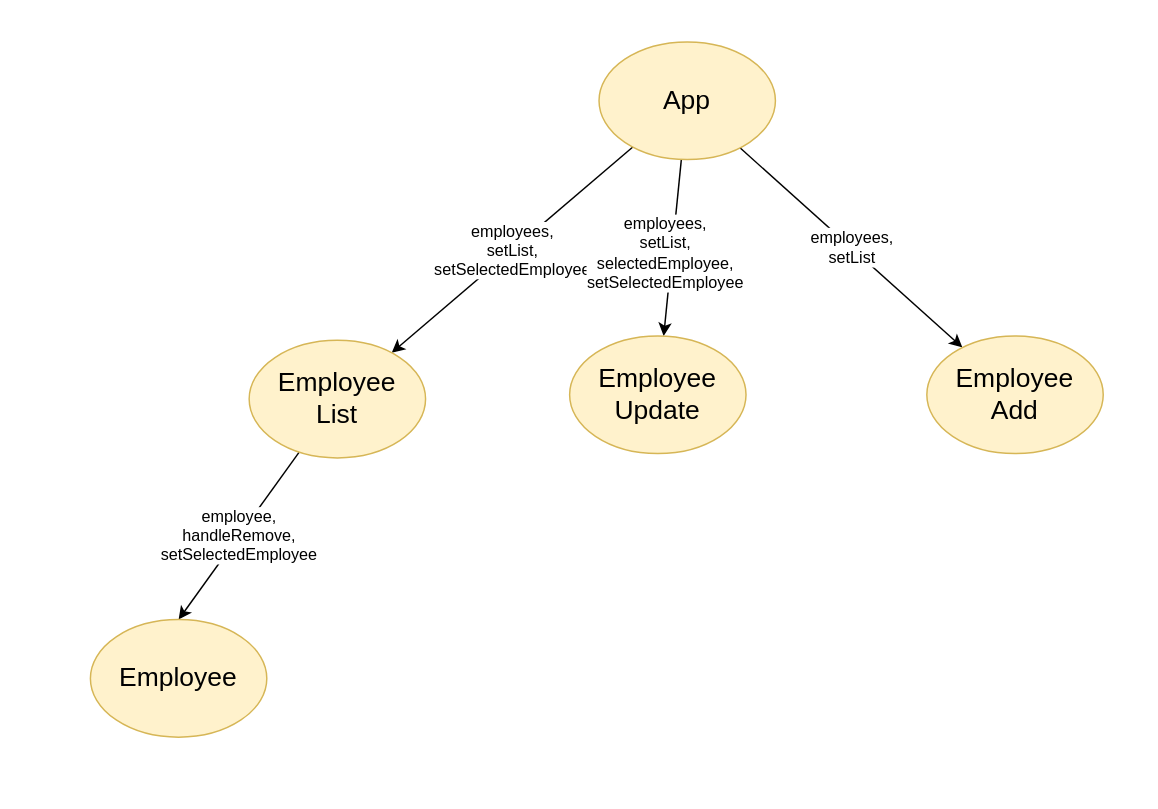
The draw.io diagram page "AppGraph" (2 of 3) of Drawing.drawio in zcomert/java-mysql-react-full-stack-employee-spa, before the edit. Source tidied: cells renumbered, new cells numbered last; positions are measured from the earlier drawing's top-left corner, leaving out a move shared by most shapes. Both pictures are drawn from the tidied source at 147%, with x=0, y=0 at pixel (90, 41).
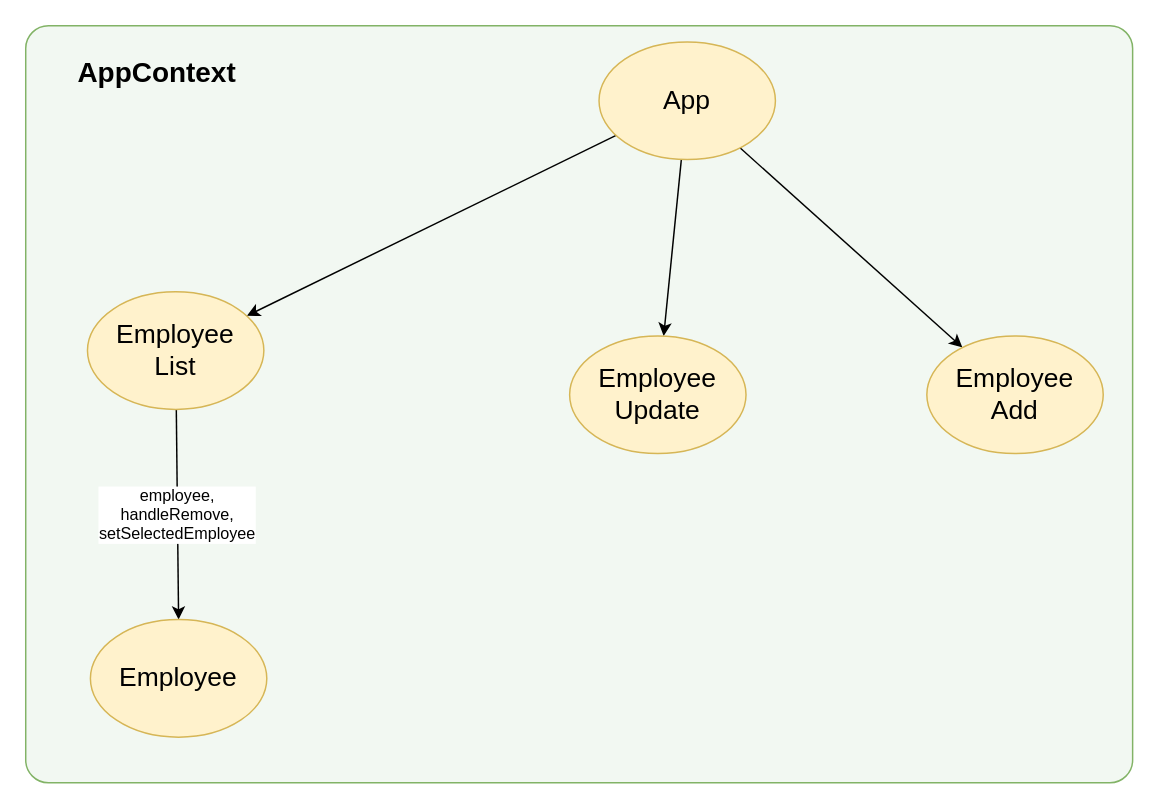
After the change.

Diff of the diagram source:
```diff
@@
 <mxGraphModel>
   <root>
     <mxCell id="0" />
     <mxCell id="1" parent="0" />
+    <mxCell id="11" style="rounded=1;whiteSpace=wrap;html=1;align=left;arcSize=3;fillColor=#d5e8d4;strokeColor=#82b366;fillOpacity=30;" parent="1" vertex="1">
+      <mxGeometry x="-44" y="-11" width="753" height="515" as="geometry" />
+    </mxCell>
-    <mxCell id="2" value="employees, &lt;br style=&quot;font-size: 11px;&quot;&gt;setList,&lt;br style=&quot;font-size: 11px;&quot;&gt;&lt;span style=&quot;font-size: 11px;&quot;&gt;setSelectedEmployee&lt;/span&gt;" style="rounded=0;jettySize=auto;html=1;fontSize=11;" parent="1" edge="1" source="5" target="7">
+    <mxCell id="2" style="rounded=0;jettySize=auto;html=1;fontSize=11;" parent="1" edge="1" source="5" target="7">
       <mxGeometry relative="1" as="geometry" />
     </mxCell>
-    <mxCell id="3" value="employees,&lt;br style=&quot;font-size: 11px;&quot;&gt;setList" style="edgeStyle=none;rounded=0;jettySize=auto;html=1;strokeWidth=1;fontSize=11;" parent="1" edge="1" source="5" target="9">
+    <mxCell id="3" style="edgeStyle=none;rounded=0;jettySize=auto;html=1;strokeWidth=1;fontSize=11;" parent="1" edge="1" source="5" target="9">
       <mxGeometry relative="1" as="geometry" />
     </mxCell>
-    <mxCell id="4" value="employees, &lt;br style=&quot;font-size: 11px;&quot;&gt;setList, &lt;br style=&quot;font-size: 11px;&quot;&gt;selectedEmployee,&lt;br style=&quot;font-size: 11px;&quot;&gt;setSelectedEmployee" style="edgeStyle=none;rounded=0;jettySize=auto;html=1;strokeWidth=1;fontSize=11;" parent="1" edge="1" source="5" target="10">
+    <mxCell id="4" style="edgeStyle=none;rounded=0;jettySize=auto;html=1;strokeWidth=1;fontSize=11;" parent="1" edge="1" source="5" target="10">
       <mxGeometry x="0.07" y="-5" relative="1" as="geometry" />
     </mxCell>
     <mxCell id="5" value="App" style="ellipse;whiteSpace=wrap;html=1;fontSize=18;fillColor=#fff2cc;strokeColor=#d6b656;" parent="1" vertex="1">
       <mxGeometry x="346" width="120" height="80" as="geometry" />
     </mxCell>
     <mxCell id="6" value="employee, &lt;br style=&quot;font-size: 11px;&quot;&gt;handleRemove,&lt;br style=&quot;font-size: 11px;&quot;&gt;&lt;span style=&quot;font-size: 11px;&quot;&gt;setSelectedEmployee&lt;/span&gt;" style="edgeStyle=none;rounded=0;jettySize=auto;html=1;entryX=0.5;entryY=0;entryDx=0;entryDy=0;fontSize=11;" parent="1" edge="1" source="7" target="8">
       <mxGeometry relative="1" as="geometry" />
     </mxCell>
     <mxCell id="7" value="Employee&lt;br&gt;List" style="ellipse;whiteSpace=wrap;html=1;fontSize=18;fillColor=#fff2cc;strokeColor=#d6b656;" parent="1" vertex="1">
-      <mxGeometry x="108" y="203" width="120" height="80" as="geometry" />
+      <mxGeometry x="-2" y="170" width="120" height="80" as="geometry" />
     </mxCell>
     <mxCell id="8" value="Employee" style="ellipse;whiteSpace=wrap;html=1;fontSize=18;fillColor=#fff2cc;strokeColor=#d6b656;" parent="1" vertex="1">
       <mxGeometry y="393" width="120" height="80" as="geometry" />
     </mxCell>
     <mxCell id="9" value="Employee&lt;br&gt;Add" style="ellipse;whiteSpace=wrap;html=1;fontSize=18;fillColor=#fff2cc;strokeColor=#d6b656;" parent="1" vertex="1">
       <mxGeometry x="569" y="200" width="120" height="80" as="geometry" />
     </mxCell>
     <mxCell id="10" value="Employee&lt;br&gt;Update" style="ellipse;whiteSpace=wrap;html=1;fontSize=18;fillColor=#fff2cc;strokeColor=#d6b656;" parent="1" vertex="1">
       <mxGeometry x="326" y="200" width="120" height="80" as="geometry" />
     </mxCell>
+    <mxCell id="12" value="AppContext" style="text;html=1;strokeColor=none;fillColor=none;align=center;verticalAlign=middle;whiteSpace=wrap;rounded=0;fontStyle=1;fontSize=19;" parent="1" vertex="1">
+      <mxGeometry x="-19" y="5" width="129" height="33" as="geometry" />
+    </mxCell>
   </root>
 </mxGraphModel>
```
